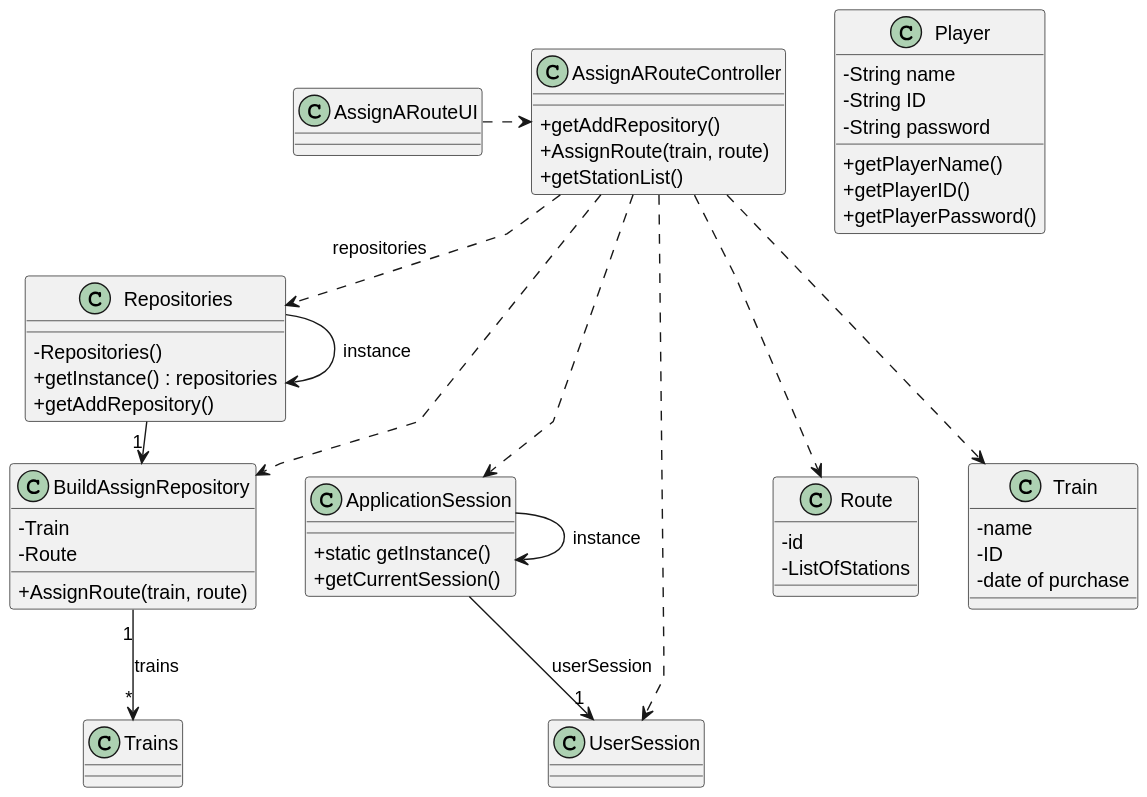
ivasduarte/all-aboard keeps this PlantUML diagram as docs/sprint2/us010/03.design/svg/us010-class-diagram.svg. Above is the earlier version.
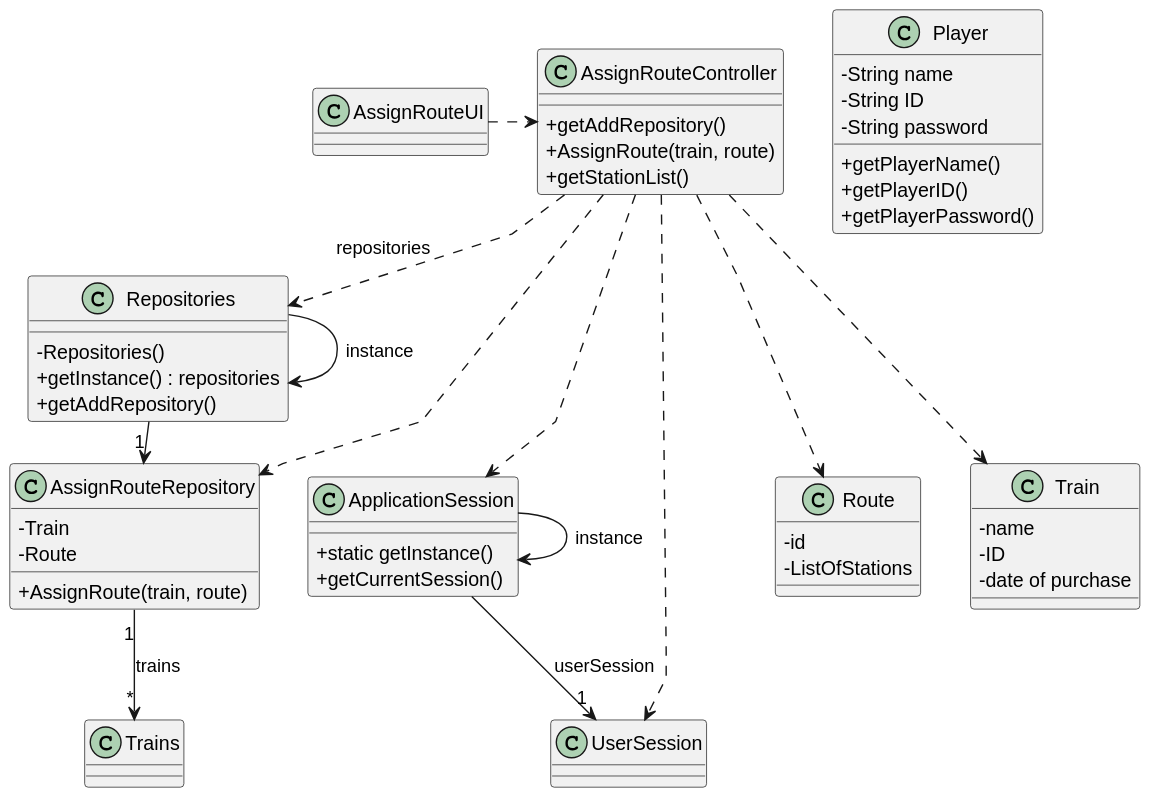
After the change.

Commit message:
US010(docs): Changed Class and Sequence Diagram

The edit, as a diff of the source:
```diff
@@ -35,10 +35,10 @@
 }
 
 
-class AssignARouteUI {
+class AssignRouteUI {
 }
 
-class AssignARouteController {
+class AssignRouteController {
     + getAddRepository()
     + AssignRoute(train, route)
     + getStationList()
@@ -50,7 +50,7 @@
     + getAddRepository()
 }
 
-class BuildAssignRepository {
+class AssignRouteRepository {
     - Train
     - Route
     + AssignRoute(train, route)
@@ -59,19 +59,19 @@
 Repositories -> Repositories : instance
 ApplicationSession -> ApplicationSession : instance
 
-AssignARouteUI .> AssignARouteController
+AssignRouteUI .> AssignRouteController
 
-AssignARouteController .> Repositories : repositories
+AssignRouteController .> Repositories : repositories
 
-Repositories -> "1" BuildAssignRepository
-AssignARouteController ..> Train
-AssignARouteController ..> Route
-AssignARouteController ..> BuildAssignRepository
+Repositories -> "1" AssignRouteRepository
+AssignRouteController ..> Train
+AssignRouteController ..> Route
+AssignRouteController ..> AssignRouteRepository
 
 ApplicationSession --> "1" UserSession : userSession
 
-AssignARouteController ..> ApplicationSession
-AssignARouteController ..> UserSession
+AssignRouteController ..> ApplicationSession
+AssignRouteController ..> UserSession
 
-BuildAssignRepository "1" --> "*" Trains : trains
+AssignRouteRepository "1" --> "*" Trains : trains
 @enduml
```
